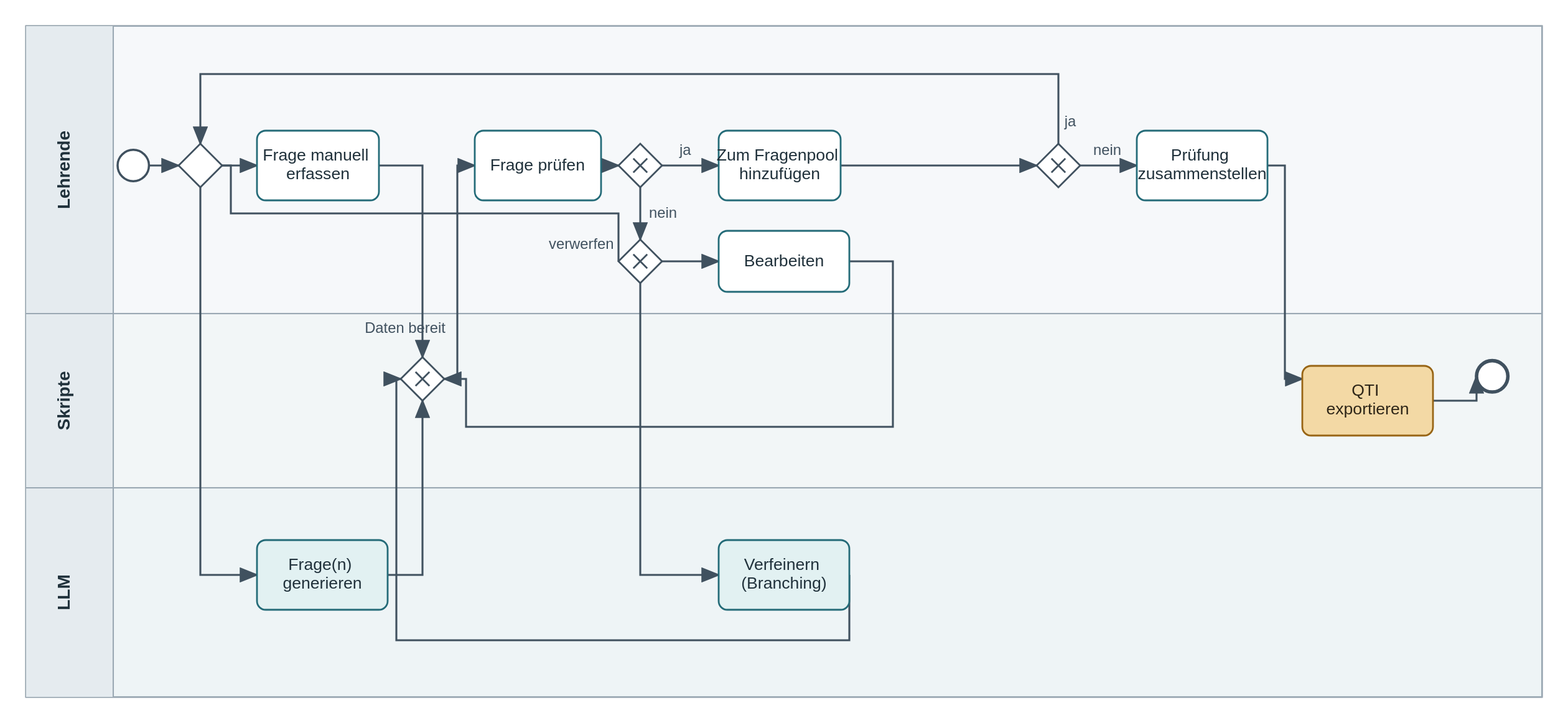
This is assets/images/lena-process.svg from kllmanu/ba, a BPMN export, as it was before one commit. Its source is kept beside it as assets/lena-process.bpmn. Ids are renumbered.
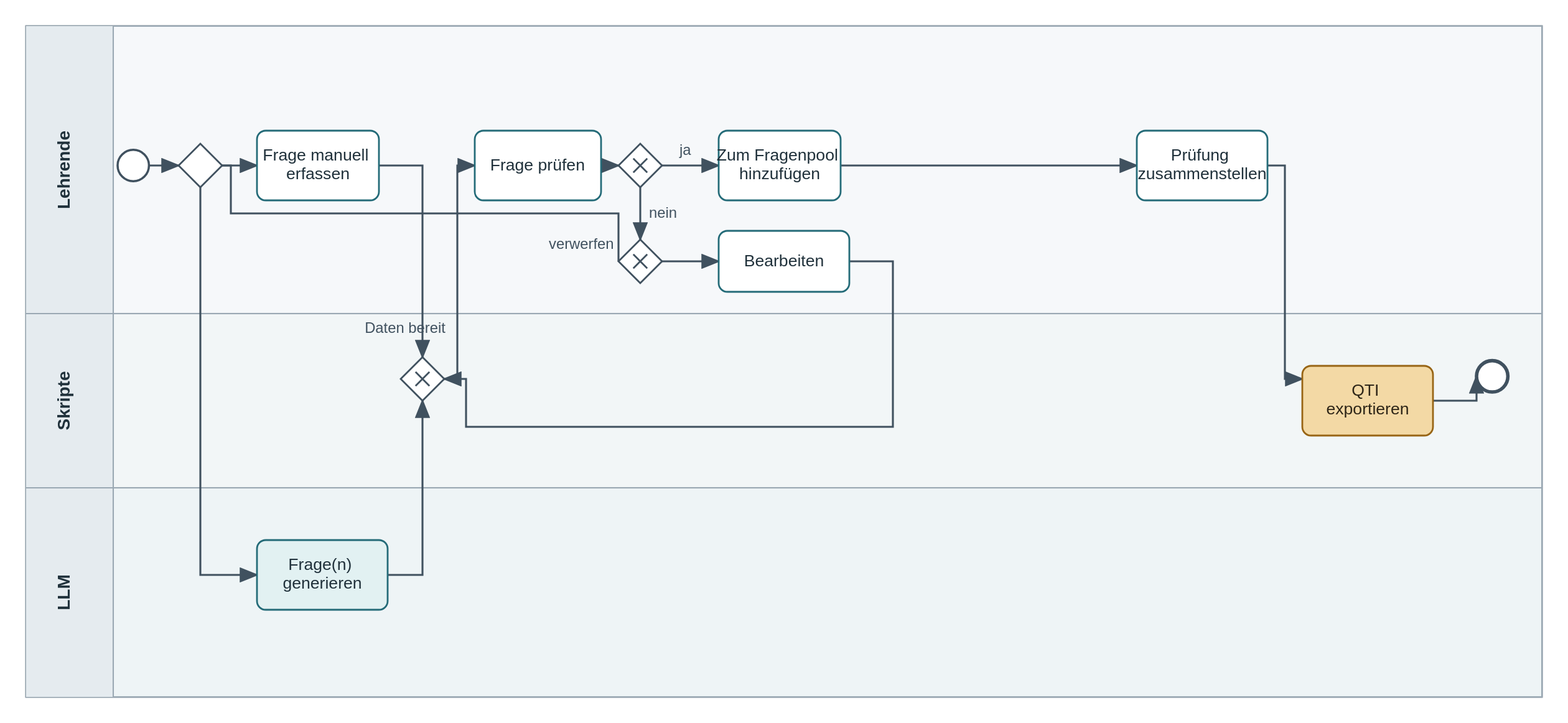
After the change.

Commit message:
Refactor BPMN process model by removing unnecessary gateways and tasks for improved clarity

Diff of the diagram source:
```diff
@@ -14,7 +14,6 @@
                 <bpmn:flowNodeRef>Gateway_Revise</bpmn:flowNodeRef>
                 <bpmn:flowNodeRef>UserTask_ManualEdit</bpmn:flowNodeRef>
                 <bpmn:flowNodeRef>UserTask_AddSelection</bpmn:flowNodeRef>
-                <bpmn:flowNodeRef>Gateway_MoreQuestions</bpmn:flowNodeRef>
                 <bpmn:flowNodeRef>UserTask_Assemble</bpmn:flowNodeRef>
             </bpmn:lane>
             <bpmn:lane id="Lane_Scripts" name="Skripte">
@@ -24,7 +23,6 @@
             </bpmn:lane>
             <bpmn:lane id="Lane_LLM" name="LLM">
                 <bpmn:flowNodeRef>ServiceTask_LLMCreate</bpmn:flowNodeRef>
-                <bpmn:flowNodeRef>ServiceTask_LLMRevise</bpmn:flowNodeRef>
             </bpmn:lane>
         </bpmn:laneSet>
 
@@ -40,10 +38,7 @@
         <bpmn:exclusiveGateway id="Gateway_Revise" name="Nächster Schritt?"
             gatewayDirection="Diverging" />
         <bpmn:userTask id="UserTask_ManualEdit" name="Bearbeiten" />
-        <bpmn:serviceTask id="ServiceTask_LLMRevise" name="Verfeinern (Branching)" />
         <bpmn:userTask id="UserTask_AddSelection" name="Zum Fragenpool hinzufügen" />
-        <bpmn:exclusiveGateway id="Gateway_MoreQuestions" name="Auswahl vollständig?"
-            gatewayDirection="Diverging" />
         <bpmn:userTask id="UserTask_Assemble" name="Prüfung zusammenstellen" />
         <bpmn:serviceTask id="ServiceTask_Export" name="QTI exportieren" />
         <bpmn:endEvent id="EndEvent_End" name="Prüfung exportiert" />
@@ -65,18 +60,10 @@
             targetRef="Gateway_Revise" />
         <bpmn:sequenceFlow id="Flow_13" sourceRef="Gateway_Revise"
             targetRef="UserTask_ManualEdit" />
-        <bpmn:sequenceFlow id="Flow_14" sourceRef="Gateway_Revise"
-            targetRef="ServiceTask_LLMRevise" />
         <bpmn:sequenceFlow id="Flow_15" name="verwerfen" sourceRef="Gateway_Revise"
             targetRef="Gateway_Source" />
         <bpmn:sequenceFlow id="Flow_16" sourceRef="UserTask_ManualEdit" targetRef="Gateway_Created" />
-        <bpmn:sequenceFlow id="Flow_17" sourceRef="ServiceTask_LLMRevise"
-            targetRef="Gateway_Created" />
         <bpmn:sequenceFlow id="Flow_18" sourceRef="UserTask_AddSelection"
-            targetRef="Gateway_MoreQuestions" />
-        <bpmn:sequenceFlow id="Flow_19" name="ja" sourceRef="Gateway_MoreQuestions"
-            targetRef="Gateway_Source" />
-        <bpmn:sequenceFlow id="Flow_20" name="nein" sourceRef="Gateway_MoreQuestions"
             targetRef="UserTask_Assemble" />
         <bpmn:sequenceFlow id="Flow_21" sourceRef="UserTask_Assemble" targetRef="ServiceTask_Export" />
         <bpmn:sequenceFlow id="Flow_22" sourceRef="ServiceTask_Export" targetRef="EndEvent_End" />
@@ -126,15 +113,8 @@
             <bpmndi:BPMNShape id="Shape_ManualEdit" bpmnElement="UserTask_ManualEdit">
                 <dc:Bounds x="825" y="265" width="150" height="70" />
             </bpmndi:BPMNShape>
-            <bpmndi:BPMNShape id="Shape_LLMRevise" bpmnElement="ServiceTask_LLMRevise">
-                <dc:Bounds x="825" y="620" width="150" height="80" />
-            </bpmndi:BPMNShape>
             <bpmndi:BPMNShape id="Shape_AddSelection" bpmnElement="UserTask_AddSelection">
                 <dc:Bounds x="825" y="150" width="140" height="80" />
-            </bpmndi:BPMNShape>
-            <bpmndi:BPMNShape id="Shape_MoreQuestions" bpmnElement="Gateway_MoreQuestions"
-                isMarkerVisible="true">
-                <dc:Bounds x="1190" y="165" width="50" height="50" />
             </bpmndi:BPMNShape>
             <bpmndi:BPMNShape id="Shape_Assemble" bpmnElement="UserTask_Assemble">
                 <dc:Bounds x="1305" y="150" width="150" height="80" />
@@ -190,11 +170,6 @@
                 <di:waypoint x="760" y="300" />
                 <di:waypoint x="825" y="300" />
             </bpmndi:BPMNEdge>
-            <bpmndi:BPMNEdge id="Edge_14" bpmnElement="Flow_14">
-                <di:waypoint x="735" y="325" />
-                <di:waypoint x="735" y="660" />
-                <di:waypoint x="825" y="660" />
-            </bpmndi:BPMNEdge>
             <bpmndi:BPMNEdge id="Edge_15" bpmnElement="Flow_15">
                 <di:waypoint x="710" y="300" />
                 <di:waypoint x="710" y="245" />
@@ -210,25 +185,8 @@
                 <di:waypoint x="535" y="435" />
                 <di:waypoint x="510" y="435" />
             </bpmndi:BPMNEdge>
-            <bpmndi:BPMNEdge id="Edge_17" bpmnElement="Flow_17">
-                <di:waypoint x="975" y="660" />
-                <di:waypoint x="975" y="735" />
-                <di:waypoint x="455" y="735" />
-                <di:waypoint x="455" y="435" />
-                <di:waypoint x="460" y="435" />
-            </bpmndi:BPMNEdge>
             <bpmndi:BPMNEdge id="Edge_18" bpmnElement="Flow_18">
                 <di:waypoint x="965" y="190" />
-                <di:waypoint x="1190" y="190" />
-            </bpmndi:BPMNEdge>
-            <bpmndi:BPMNEdge id="Edge_19" bpmnElement="Flow_19">
-                <di:waypoint x="1215" y="165" />
-                <di:waypoint x="1215" y="85" />
-                <di:waypoint x="230" y="85" />
-                <di:waypoint x="230" y="165" />
-            </bpmndi:BPMNEdge>
-            <bpmndi:BPMNEdge id="Edge_20" bpmnElement="Flow_20">
-                <di:waypoint x="1240" y="190" />
                 <di:waypoint x="1305" y="190" />
             </bpmndi:BPMNEdge>
             <bpmndi:BPMNEdge id="Edge_21" bpmnElement="Flow_21">
```
